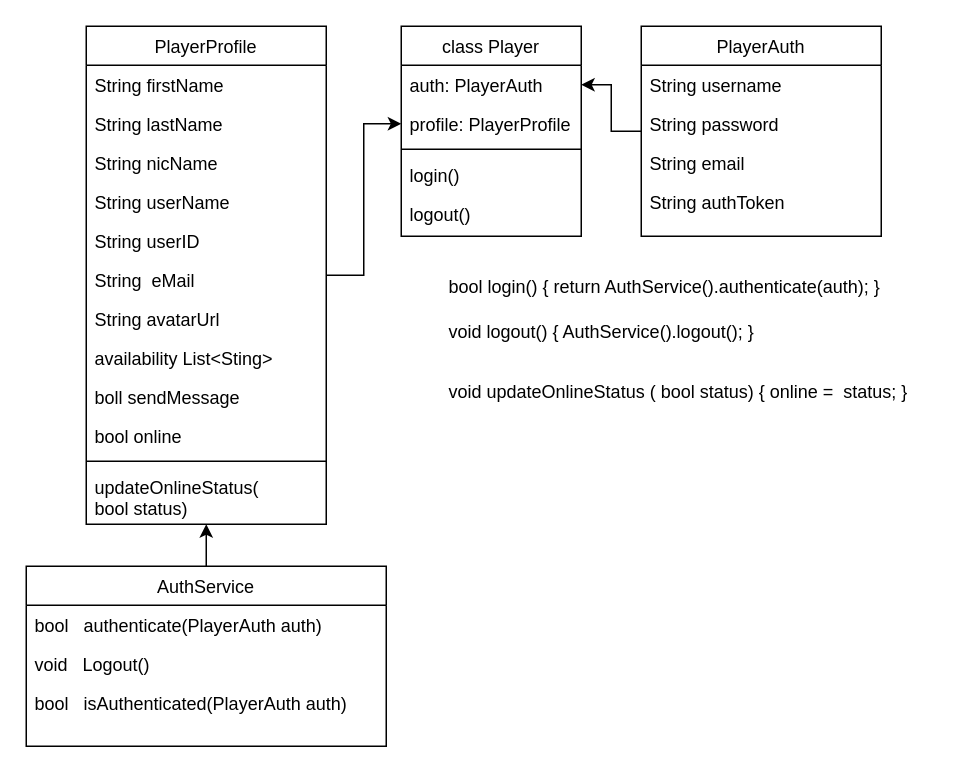
komvik/playwithme keeps this draw.io diagram as classen_diagramm.drawio. Above is the earlier version. Source tidied: cells renumbered, new cells numbered last; positions are measured from the earlier drawing's top-left corner, leaving out a move shared by most shapes. Both pictures are drawn from the tidied source at 150%, with x=0, y=0 at pixel (26, 26).
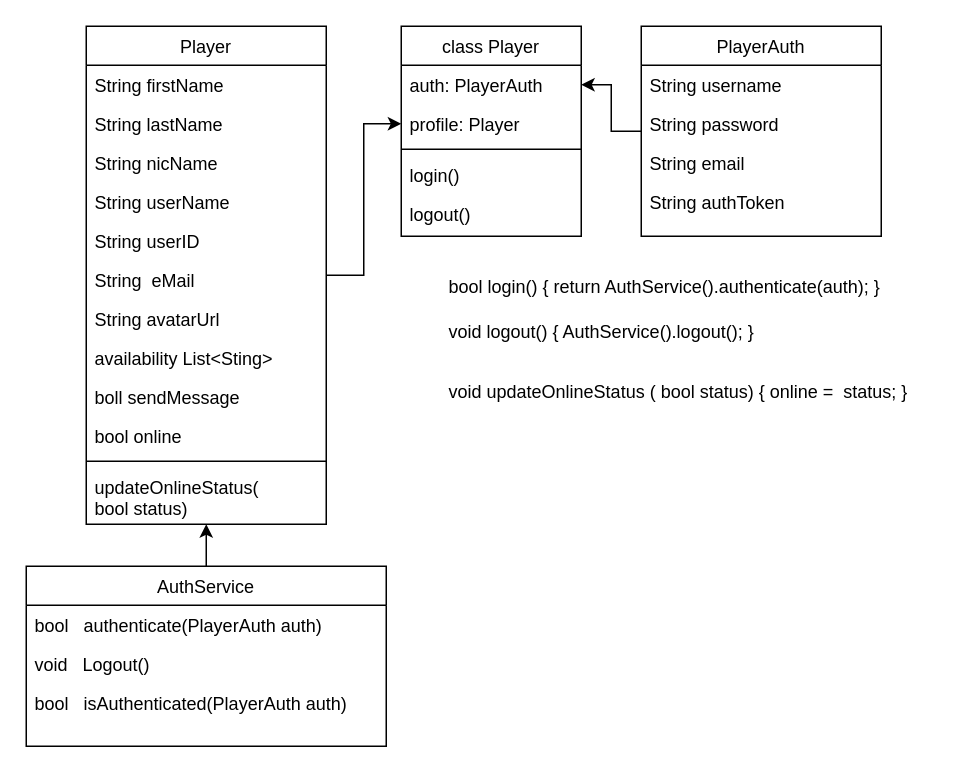
After the change.

Unchanged cells that the change refers to:
```xml
<mxCell id="2" value="class Player" style="swimlane;fontStyle=0;align=center;verticalAlign=top;horizontal=1;startSize=26;rounded=0;shadow=0;strokeWidth=1;" parent="1" vertex="1">
  <mxGeometry x="250" width="120" height="140" as="geometry" />
</mxCell>
```

Diff of the diagram source:
```diff
@@
-    <mxCell id="4" value="profile: PlayerProfile" style="text;align=left;verticalAlign=top;spacingLeft=4;spacingRight=4;overflow=hidden;points=[[0,0.5],[1,0.5]];portConstraint=eastwest;rounded=0;shadow=0;html=0;" parent="2" vertex="1">
+    <mxCell id="4" value="profile: Player" style="text;align=left;verticalAlign=top;spacingLeft=4;spacingRight=4;overflow=hidden;points=[[0,0.5],[1,0.5]];portConstraint=eastwest;rounded=0;shadow=0;html=0;" parent="2" vertex="1">
       <mxGeometry y="52" width="120" height="26" as="geometry" />
     </mxCell>
@@
-    <mxCell id="10" value="PlayerProfile" style="swimlane;fontStyle=0;align=center;verticalAlign=top;horizontal=1;startSize=26;rounded=0;shadow=0;strokeWidth=1;" parent="1" vertex="1">
+    <mxCell id="10" value="Player" style="swimlane;fontStyle=0;align=center;verticalAlign=top;horizontal=1;startSize=26;rounded=0;shadow=0;strokeWidth=1;" parent="1" vertex="1">
       <mxGeometry x="40" width="160" height="332" as="geometry" />
     </mxCell>
```
